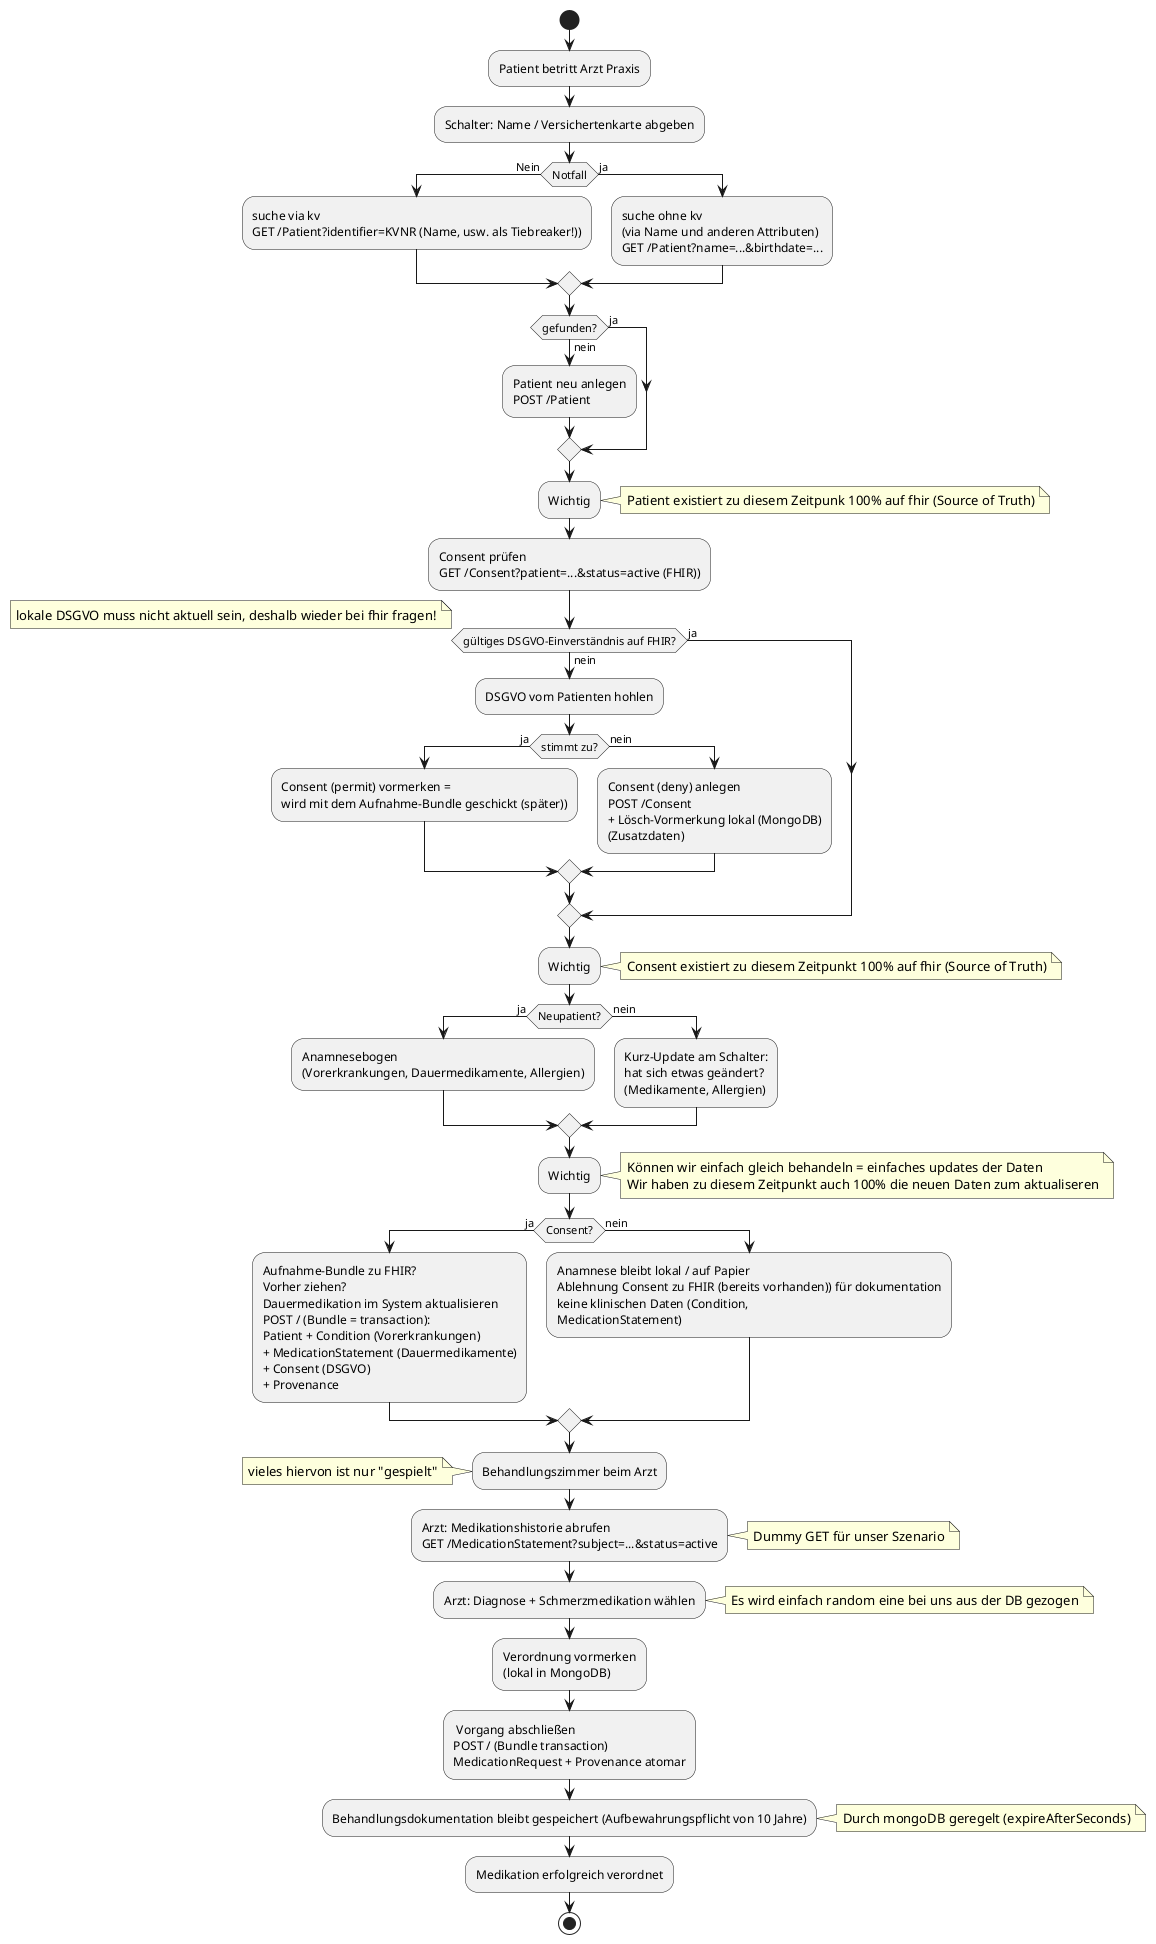
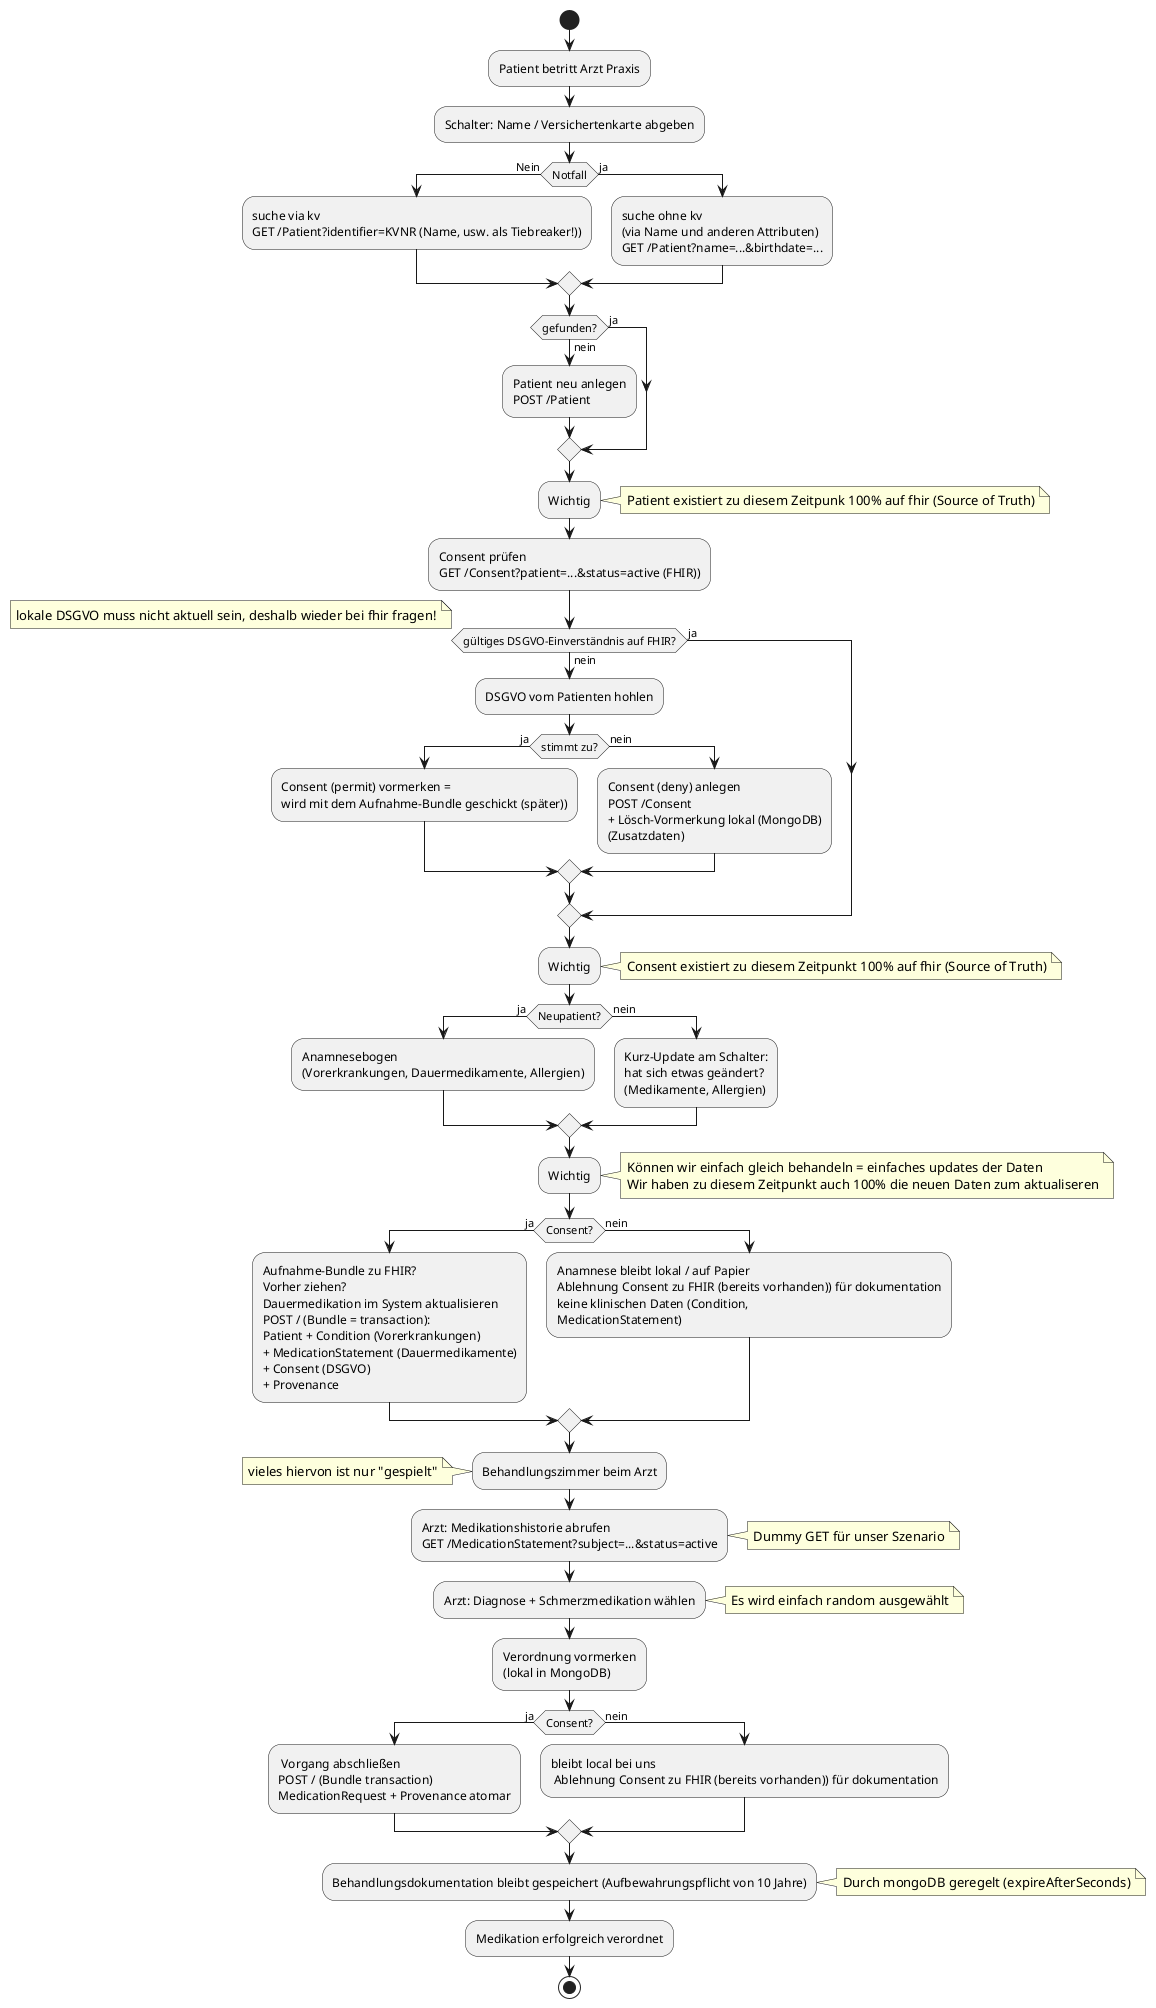
@startuml patientenJourny

start
:Patient betritt Arzt Praxis;

:Schalter: Name / Versichertenkarte abgeben;
if(Notfall) then(Nein)
:suche via kv
GET /Patient?identifier=KVNR (Name, usw. als Tiebreaker!));
else(ja)
 :suche ohne kv
 (via Name und anderen Attributen)
 GET /Patient?name=...&birthdate=...;
endif

if (gefunden?) then (ja)
else (nein)
  :Patient neu anlegen
  POST /Patient;
endif
:Wichtig;
 note right
    Patient existiert zu diesem Zeitpunk 100% auf fhir (Source of Truth)
  end note

:Consent prüfen
GET /Consent?patient=...&status=active (FHIR));
if (gültiges DSGVO-Einverständnis auf FHIR?) then (ja)
 note left
   lokale DSGVO muss nicht aktuell sein, deshalb wieder bei fhir fragen!
  end note
else (nein)
  :DSGVO vom Patienten hohlen;
  if (stimmt zu?) then (ja)
    :Consent (permit) vormerken =
    wird mit dem Aufnahme-Bundle geschickt (später));
  else (nein)
    :Consent (deny) anlegen
    POST /Consent
    + Lösch-Vormerkung lokal (MongoDB)
    (Zusatzdaten);
  endif
endif

:Wichtig;
 note right
   Consent existiert zu diesem Zeitpunkt 100% auf fhir (Source of Truth)
  end note

if (Neupatient?) then (ja)
  :Anamnesebogen
  (Vorerkrankungen, Dauermedikamente, Allergien);
else (nein)
  :Kurz-Update am Schalter:
  hat sich etwas geändert?
  (Medikamente, Allergien);
endif

:Wichtig;
 note right
   Können wir einfach gleich behandeln = einfaches updates der Daten
   Wir haben zu diesem Zeitpunkt auch 100% die neuen Daten zum aktualiseren
  end note

if (Consent?) then (ja)
  :Aufnahme-Bundle zu FHIR?
  Vorher ziehen?
  Dauermedikation im System aktualisieren
  POST / (Bundle = transaction):
  Patient + Condition (Vorerkrankungen)
  + MedicationStatement (Dauermedikamente)
  + Consent (DSGVO)
  + Provenance;
else (nein)
  :Anamnese bleibt lokal / auf Papier
  Ablehnung Consent zu FHIR (bereits vorhanden)) für dokumentation
  keine klinischen Daten (Condition,
  MedicationStatement);
endif

:Behandlungszimmer beim Arzt;
note left
vieles hiervon ist nur "gespielt"
end note
:Arzt: Medikationshistorie abrufen
GET /MedicationStatement?subject=...&status=active;
note right
Dummy GET für unser Szenario
end note
:Arzt: Diagnose + Schmerzmedikation wählen;
note right
- Es wird einfach random eine bei uns aus der DB gezogen
+ Es wird einfach random ausgewählt
end note

:Verordnung vormerken
(lokal in MongoDB);

+ if (Consent?) then (ja)
: Vorgang abschließen
POST / (Bundle transaction)
MedicationRequest + Provenance atomar;
+ else (nein)
+ :bleibt local bei uns
+  Ablehnung Consent zu FHIR (bereits vorhanden)) für dokumentation;
+ end if

:Behandlungsdokumentation bleibt gespeichert (Aufbewahrungspflicht von 10 Jahre);
note right
Durch mongoDB geregelt (expireAfterSeconds)
end note

:Medikation erfolgreich verordnet;
stop
@enduml
